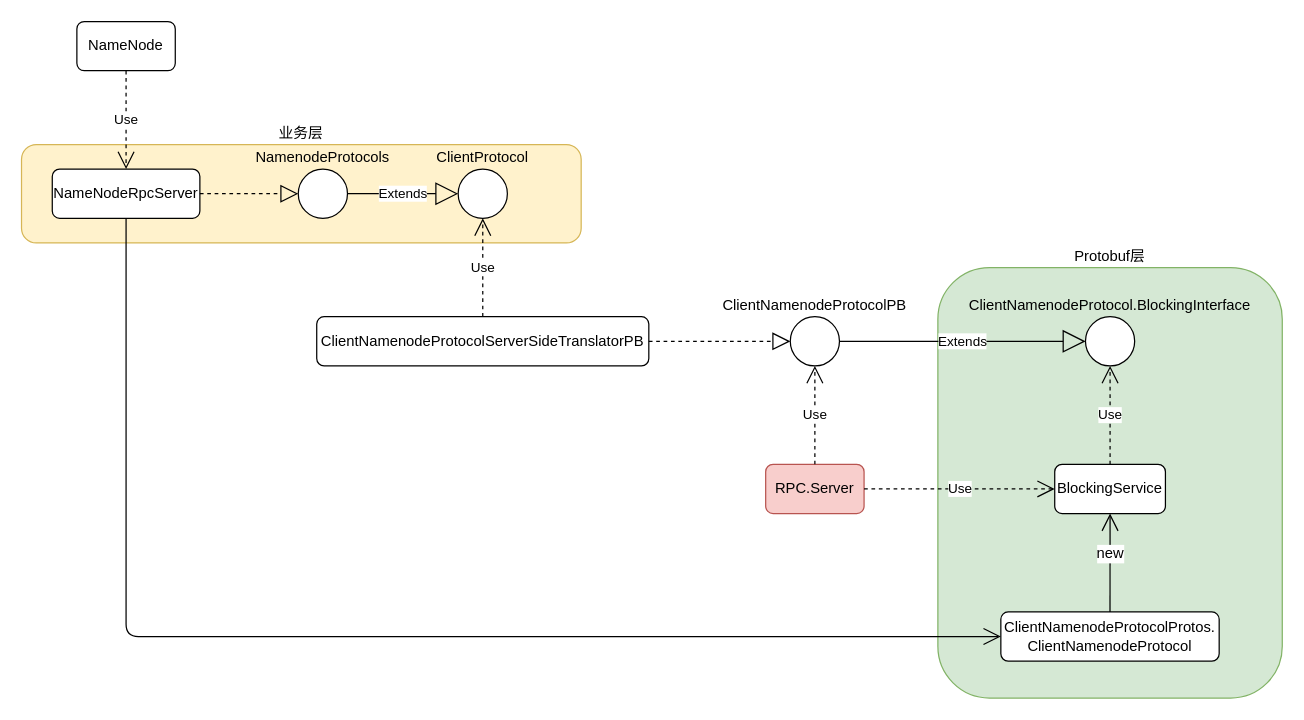
sciatta/draw keeps this draw.io diagram as develop-stack/bigdata/hadoop/hdfs/hdfs_namenode_rpcserver_class.drawio. Above is the earlier version. Source tidied: cells renumbered, new cells numbered last; positions are measured from the earlier drawing's top-left corner, leaving out a move shared by most shapes. Both pictures are drawn from the tidied source at 123%, with x=0, y=0 at pixel (21, 21).
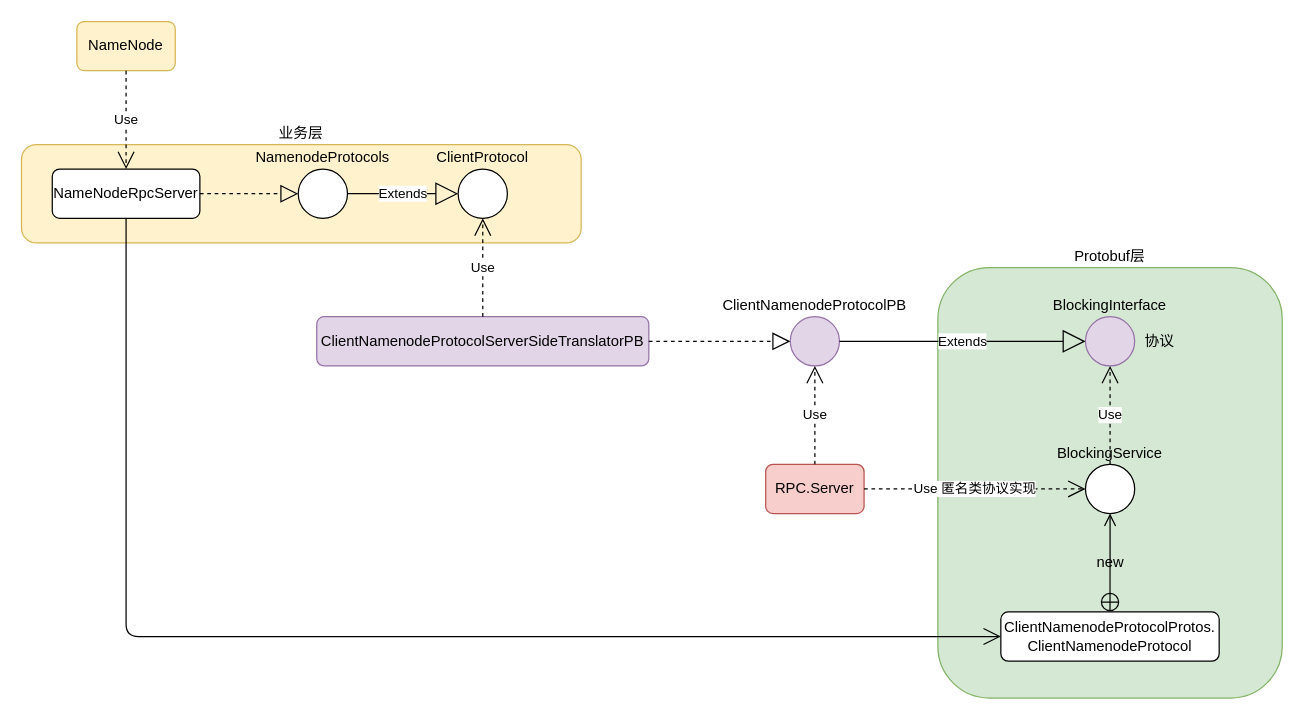
After the change.

Commit message (it also covers changes not shown here):
review namenode rpcserver

Unchanged cells that the change refers to:
```xml
<mxCell id="5" value="&lt;div&gt;&lt;span&gt;NameNodeRpcServer&lt;/span&gt;&lt;br&gt;&lt;/div&gt;" style="rounded=1;whiteSpace=wrap;html=1;" parent="1" vertex="1">
  <mxGeometry x="25" y="120" width="120" height="40" as="geometry" />
</mxCell>
<mxCell id="19" value="RPC.Server" style="rounded=1;whiteSpace=wrap;html=1;fillColor=#f8cecc;strokeColor=#b85450;" parent="1" vertex="1">
  <mxGeometry x="605" y="360" width="80" height="40" as="geometry" />
</mxCell>
<mxCell id="22" value="ClientNamenodeProtocolProtos.&lt;br&gt;ClientNamenodeProtocol" style="rounded=1;whiteSpace=wrap;html=1;" parent="1" vertex="1">
  <mxGeometry x="796.2" y="480" width="177.5" height="40" as="geometry" />
</mxCell>
```

What changed in the source:
```diff
@@
-    <mxCell id="4" value="NameNode" style="rounded=1;whiteSpace=wrap;html=1;" parent="1" vertex="1">
+    <mxCell id="4" value="NameNode" style="rounded=1;whiteSpace=wrap;html=1;fillColor=#fff2cc;strokeColor=#d6b656;" parent="1" vertex="1">
       <mxGeometry x="45" width="80" height="40" as="geometry" />
     </mxCell>
@@
-    <mxCell id="10" value="ClientNamenodeProtocolServerSideTranslatorPB" style="rounded=1;whiteSpace=wrap;html=1;" parent="1" vertex="1">
+    <mxCell id="10" value="ClientNamenodeProtocolServerSideTranslatorPB" style="rounded=1;whiteSpace=wrap;html=1;fillColor=#e1d5e7;strokeColor=#9673a6;" parent="1" vertex="1">
       <mxGeometry x="240" y="240" width="270" height="40" as="geometry" />
     </mxCell>
@@
-    <mxCell id="12" value="ClientNamenodeProtocolPB" style="ellipse;whiteSpace=wrap;html=1;labelPosition=center;verticalLabelPosition=top;align=center;verticalAlign=bottom;" parent="1" vertex="1">
+    <mxCell id="12" value="ClientNamenodeProtocolPB" style="ellipse;whiteSpace=wrap;html=1;labelPosition=center;verticalLabelPosition=top;align=center;verticalAlign=bottom;fillColor=#e1d5e7;strokeColor=#9673a6;" parent="1" vertex="1">
       <mxGeometry x="625" y="240" width="40" height="40" as="geometry" />
     </mxCell>
@@
-    <mxCell id="14" value="ClientNamenodeProtocol.BlockingInterface" style="ellipse;whiteSpace=wrap;html=1;labelPosition=center;verticalLabelPosition=top;align=center;verticalAlign=bottom;" parent="1" vertex="1">
+    <mxCell id="14" value="BlockingInterface" style="ellipse;whiteSpace=wrap;html=1;labelPosition=center;verticalLabelPosition=top;align=center;verticalAlign=bottom;fillColor=#e1d5e7;strokeColor=#9673a6;" parent="1" vertex="1">
       <mxGeometry x="865" y="240" width="40" height="40" as="geometry" />
     </mxCell>
@@
-    <mxCell id="16" value="BlockingService" style="rounded=1;whiteSpace=wrap;html=1;" parent="1" vertex="1">
-      <mxGeometry x="840" y="360" width="90" height="40" as="geometry" />
-    </mxCell>
-    <mxCell id="17" value="Use" style="endArrow=open;endSize=12;dashed=1;html=1;entryX=0.5;entryY=1;entryDx=0;entryDy=0;" parent="1" edge="1" source="16" target="14">
+    <mxCell id="17" value="Use" style="endArrow=open;endSize=12;dashed=1;html=1;entryX=0.5;entryY=1;entryDx=0;entryDy=0;exitX=0.5;exitY=0;exitDx=0;exitDy=0;" parent="1" edge="1" source="16" target="14">
       <mxGeometry relative="1" as="geometry" />
     </mxCell>
@@
-    <mxCell id="21" value="Use" style="endArrow=open;endSize=12;dashed=1;html=1;exitX=1;exitY=0.5;exitDx=0;exitDy=0;entryX=0;entryY=0.5;entryDx=0;entryDy=0;" parent="1" edge="1" source="19" target="16">
+    <mxCell id="21" value="Use 匿名类协议实现" style="endArrow=open;endSize=12;dashed=1;html=1;exitX=1;exitY=0.5;exitDx=0;exitDy=0;entryX=0;entryY=0.5;entryDx=0;entryDy=0;" parent="1" edge="1" source="19" target="16">
       <mxGeometry relative="1" as="geometry" />
     </mxCell>
@@
+    <mxCell id="25" style="endArrow=open;endFill=1;endSize=12;html=1;exitX=0.5;exitY=1;exitDx=0;exitDy=0;edgeStyle=orthogonalEdgeStyle;" parent="1" edge="1" source="5" target="22">
+      <mxGeometry relative="1" as="geometry">
+        <Array as="points">
+          <mxPoint x="85" y="500" />
+        </Array>
+      </mxGeometry>
+    </mxCell>
+    <mxCell id="16" value="BlockingService" style="ellipse;whiteSpace=wrap;html=1;labelPosition=center;verticalLabelPosition=top;align=center;verticalAlign=bottom;" parent="1" vertex="1">
+      <mxGeometry x="865" y="360" width="40" height="40" as="geometry" />
+    </mxCell>
-    <mxCell id="23" style="endArrow=open;endFill=1;endSize=12;html=1;exitX=0.5;exitY=0;exitDx=0;exitDy=0;entryX=0.5;entryY=1;entryDx=0;entryDy=0;" parent="1" edge="1" source="22" target="16">
+    <mxCell id="23" style="endArrow=open;startArrow=circlePlus;endFill=0;startFill=0;endSize=8;html=1;exitX=0.5;exitY=0;exitDx=0;exitDy=0;entryX=0.5;entryY=1;entryDx=0;entryDy=0;" parent="1" edge="1" source="22" target="16">
       <mxGeometry relative="1" as="geometry" />
     </mxCell>
+    <mxCell id="26" value="协议" style="text;html=1;align=center;verticalAlign=middle;" parent="1" vertex="1">
+      <mxGeometry x="905" y="250" width="40" height="20" as="geometry" />
+    </mxCell>
-    <mxCell id="24" value="new" style="text;html=1;align=center;verticalAlign=middle;labelBackgroundColor=#ffffff;" parent="23" vertex="1">
-      <mxGeometry x="0.2" relative="1" as="geometry" />
+    <mxCell id="24" value="new" style="text;html=1;align=center;verticalAlign=middle;" parent="1" vertex="1">
+      <mxGeometry x="865" y="430" width="40" height="20" as="geometry" />
     </mxCell>
-    <mxCell id="25" style="endArrow=open;endFill=1;endSize=12;html=1;exitX=0.5;exitY=1;exitDx=0;exitDy=0;edgeStyle=orthogonalEdgeStyle;" parent="1" edge="1" source="5" target="22">
-      <mxGeometry relative="1" as="geometry">
-        <Array as="points">
-          <mxPoint x="85" y="500" />
-        </Array>
-      </mxGeometry>
-    </mxCell>
```
